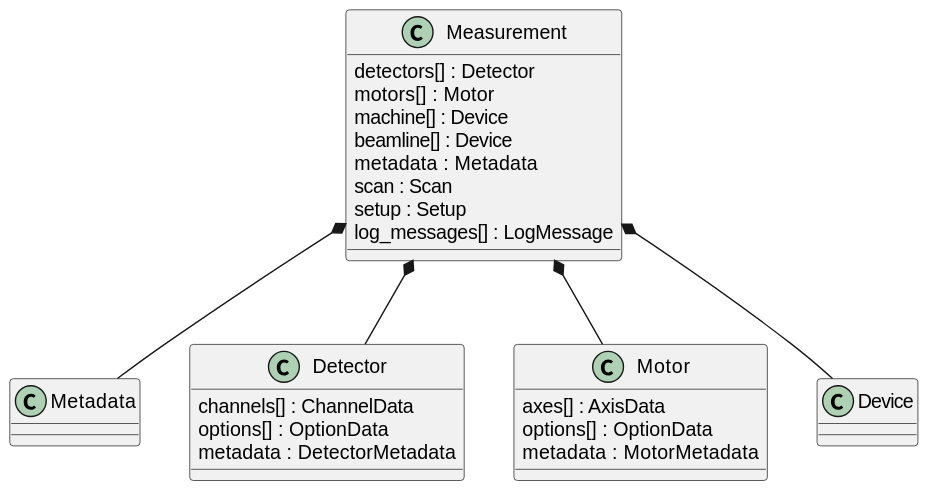
Earlier version of the PlantUML export docs/uml/evedata.measurement.entities.measurement.svg (tillbiskup/evedata).
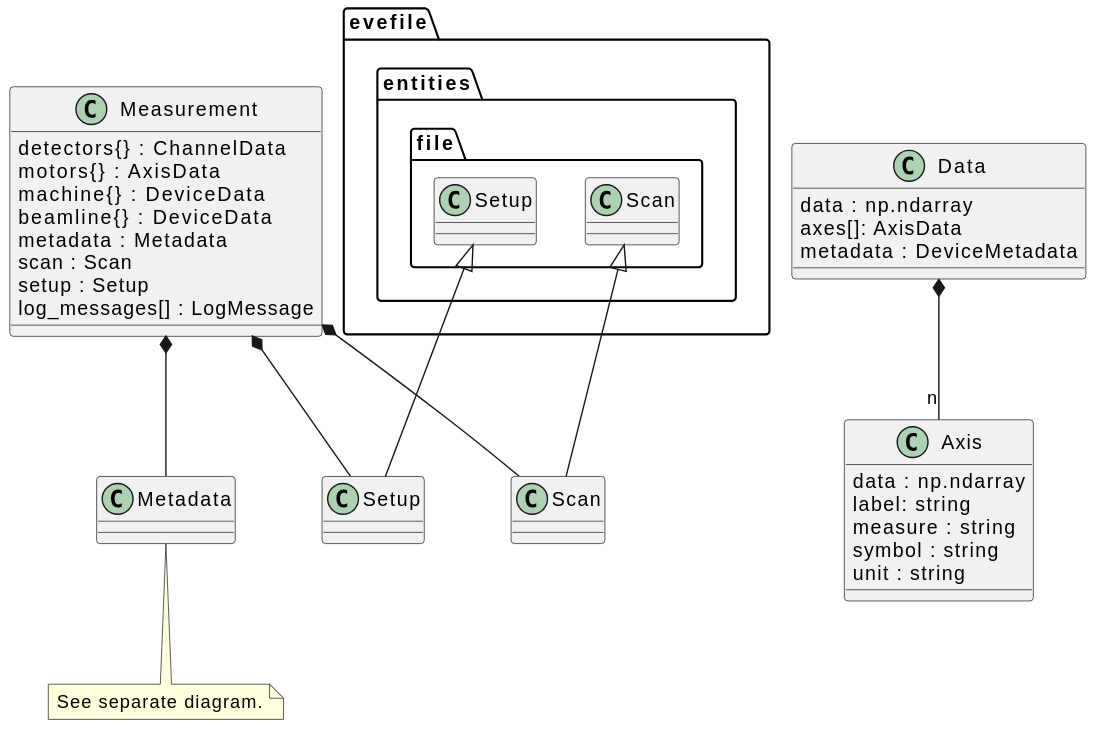
Later version of the same file.

Commit message:
UML diagrams for measurement subpackage.

Diff of the diagram source:
```diff
@@ -1,10 +1,10 @@
 @startuml
 
 class Measurement {
-    detectors[] : Detector
-    motors[] : Motor
-    machine[] : Device
-    beamline[] : Device
+    detectors{} : ChannelData
+    motors{} : AxisData
+    machine{} : DeviceData
+    beamline{} : DeviceData
     metadata : Metadata
     scan : Scan
     setup : Setup
@@ -12,25 +12,40 @@
 }
 
 Measurement *-- Metadata
-Measurement *-- Detector
-Measurement *-- Motor
-Measurement *-- Device
+Measurement *-- Scan
+Measurement *-- Setup
 
 class Metadata {
 }
 
-class Detector {
-    channels[] : ChannelData
-    options[] : OptionData
-    metadata : DetectorMetadata
+note bottom of Metadata
+    See separate diagram.
+endnote
+
+
+class evefile.entities.file.Scan {
 }
 
-class Motor {
-    axes[] : AxisData
-    options[] : OptionData
-    metadata : MotorMetadata
+class evefile.entities.file.Setup {
 }
 
-class Device {
+class Scan extends evefile.entities.file.Scan
+
+class Setup extends evefile.entities.file.Setup
+
+class Data {
+    data : np.ndarray
+    axes[]: AxisData
+    metadata : DeviceMetadata
 }
+
+class Axis {
+    data : np.ndarray
+    label: string
+    measure : string
+    symbol : string
+    unit : string
+}
+
+Data *--"n" Axis
 @enduml
```
